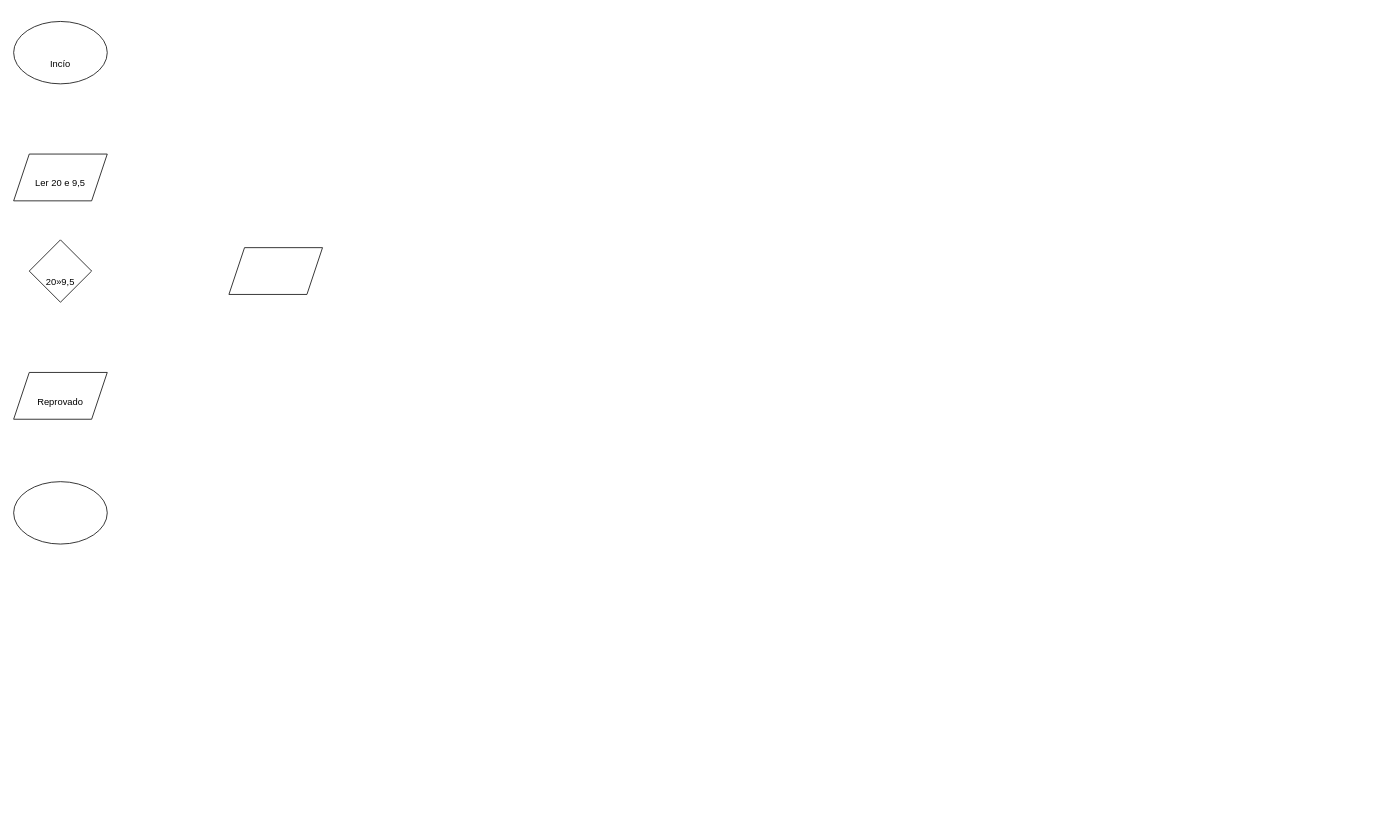
This is Diagrama sem nome.drawio from GuiGuiGuy/Diagrama, a draw.io file, before an edit. Source tidied: cells renumbered, new cells numbered last; positions are measured from the earlier drawing's top-left corner, leaving out a move shared by most shapes. Both pictures are drawn from the tidied source at 78%, with x=0, y=0 at pixel (13, 21).
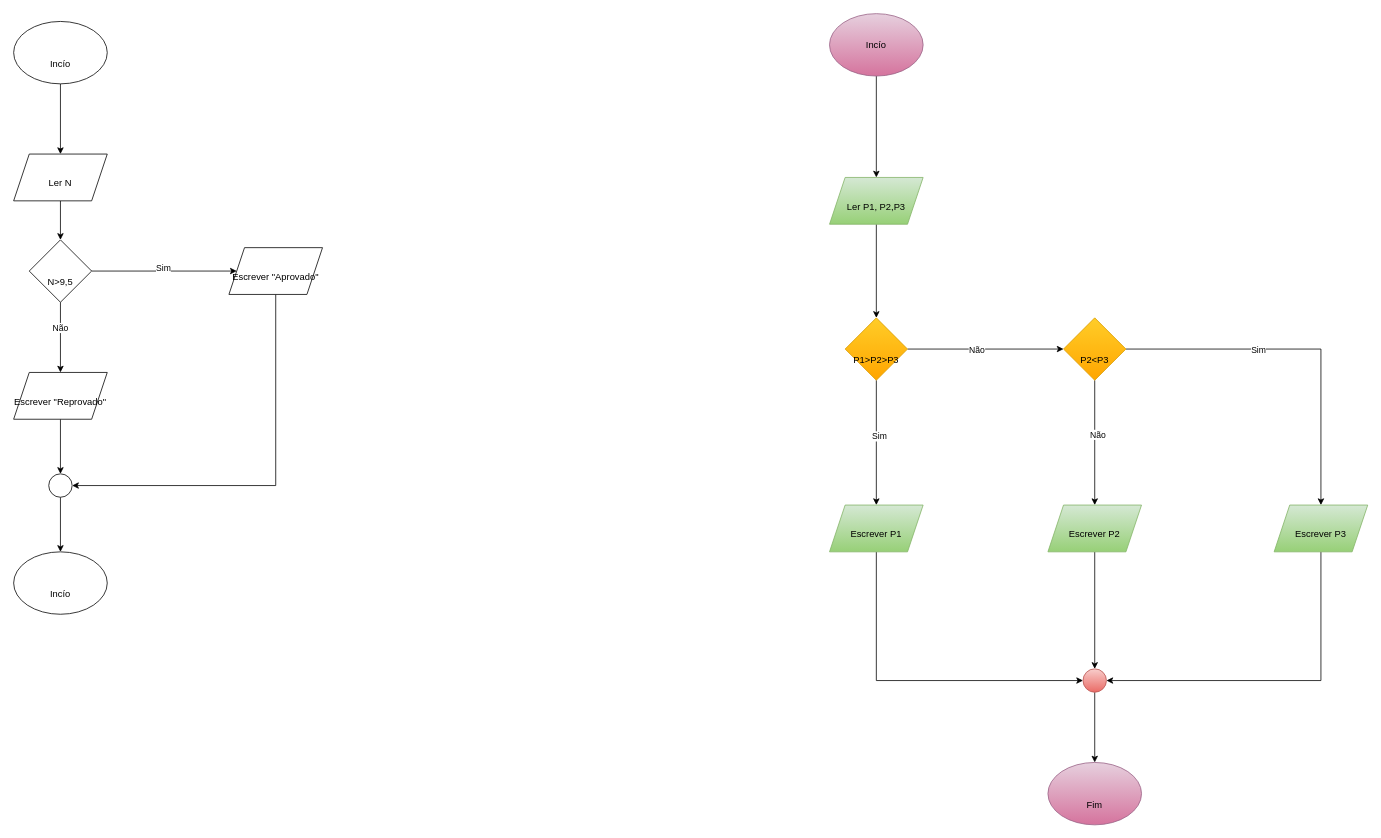
The same page after the edit.

The change refers to these unchanged cells:
```xml
<mxCell id="2" value="&lt;div&gt;&lt;br&gt;&lt;/div&gt;&lt;div&gt;&lt;br&gt;&lt;/div&gt;&lt;div&gt;Incío&lt;/div&gt;" style="ellipse;whiteSpace=wrap;html=1;shapeInside=1;" parent="1" vertex="1">
  <mxGeometry width="120" height="80" as="geometry" />
</mxCell>
```

Change to the diagram source:
```diff
@@
+    <mxCell id="8" style="edgeStyle=orthogonalEdgeStyle;rounded=0;jettySize=auto;html=1;" parent="1" edge="1" source="2" target="4">
+      <mxGeometry relative="1" as="geometry" />
+    </mxCell>
@@
-    <mxCell id="3" style="ellipse;whiteSpace=wrap;html=1;shapeInside=1;" parent="1" vertex="1">
-      <mxGeometry y="590" width="120" height="80" as="geometry" />
+    <mxCell id="3" value="&lt;div&gt;&lt;br&gt;&lt;/div&gt;&lt;div&gt;&lt;br&gt;&lt;/div&gt;&lt;div&gt;Incío&lt;/div&gt;" style="ellipse;whiteSpace=wrap;html=1;shapeInside=1;" parent="1" vertex="1">
+      <mxGeometry y="680" width="120" height="80" as="geometry" />
     </mxCell>
+    <mxCell id="9" style="edgeStyle=orthogonalEdgeStyle;rounded=0;jettySize=auto;html=1;" parent="1" edge="1" source="4" target="5">
+      <mxGeometry relative="1" as="geometry" />
+    </mxCell>
-    <mxCell id="4" value="&lt;div&gt;&lt;br&gt;&lt;/div&gt;&lt;div&gt;Ler 20 e 9,5&lt;/div&gt;" style="shape=parallelogram;perimeter=parallelogramPerimeter;whiteSpace=wrap;html=1;shapeInside=1;fixedSize=1;" parent="1" vertex="1">
+    <mxCell id="4" value="&lt;div&gt;&lt;br&gt;&lt;/div&gt;&lt;div&gt;Ler N&lt;/div&gt;" style="shape=parallelogram;perimeter=parallelogramPerimeter;whiteSpace=wrap;html=1;shapeInside=1;fixedSize=1;" parent="1" vertex="1">
       <mxGeometry y="170" width="120" height="60" as="geometry" />
     </mxCell>
+    <mxCell id="10" style="edgeStyle=orthogonalEdgeStyle;rounded=0;jettySize=auto;html=1;" parent="1" edge="1" source="5" target="6">
+      <mxGeometry relative="1" as="geometry" />
+    </mxCell>
+    <mxCell id="11" value="Não" style="edgeLabel;html=1;align=center;verticalAlign=middle;" parent="10" vertex="1">
+      <mxGeometry x="-0.29" y="-1" relative="1" as="geometry" />
+    </mxCell>
-    <mxCell id="5" value="&lt;div&gt;&lt;br&gt;&lt;/div&gt;&lt;div&gt;&lt;br&gt;&lt;/div&gt;&lt;div&gt;20»9,5&lt;/div&gt;" style="rhombus;whiteSpace=wrap;html=1;shapeInside=1;" parent="1" vertex="1">
+    <mxCell id="5" value="&lt;div&gt;&lt;br&gt;&lt;/div&gt;&lt;div&gt;&lt;br&gt;&lt;/div&gt;&lt;div&gt;N&amp;gt;9,5&lt;/div&gt;" style="rhombus;whiteSpace=wrap;html=1;shapeInside=1;" parent="1" vertex="1">
       <mxGeometry x="20" y="280" width="80" height="80" as="geometry" />
     </mxCell>
+    <mxCell id="12" style="edgeStyle=orthogonalEdgeStyle;rounded=0;jettySize=auto;html=1;" parent="1" edge="1" source="6" target="15">
+      <mxGeometry relative="1" as="geometry" />
+    </mxCell>
-    <mxCell id="6" value="&lt;div&gt;&lt;br&gt;&lt;/div&gt;&lt;div&gt;Reprovado&lt;/div&gt;" style="shape=parallelogram;perimeter=parallelogramPerimeter;whiteSpace=wrap;html=1;shapeInside=1;fixedSize=1;" parent="1" vertex="1">
+    <mxCell id="6" value="&lt;div&gt;&lt;br&gt;&lt;/div&gt;&lt;div&gt;Escrever &quot;Reprovado&quot;&lt;/div&gt;" style="shape=parallelogram;perimeter=parallelogramPerimeter;whiteSpace=wrap;html=1;shapeInside=1;fixedSize=1;" parent="1" vertex="1">
       <mxGeometry y="450" width="120" height="60" as="geometry" />
     </mxCell>
+    <mxCell id="13" style="edgeStyle=orthogonalEdgeStyle;rounded=0;jettySize=auto;html=1;entryX=1;entryY=0.5;entryDx=0;entryDy=0;" parent="1" edge="1" source="7" target="15">
+      <mxGeometry relative="1" as="geometry">
+        <Array as="points">
+          <mxPoint x="336" y="595" />
+        </Array>
+      </mxGeometry>
+    </mxCell>
-    <mxCell id="7" style="shape=parallelogram;perimeter=parallelogramPerimeter;whiteSpace=wrap;html=1;shapeInside=1;fixedSize=1;" parent="1" vertex="1">
+    <mxCell id="7" value="&lt;div&gt;&lt;br&gt;&lt;/div&gt;&lt;div&gt;Escrever &quot;Aprovado&quot;&lt;/div&gt;" style="shape=parallelogram;perimeter=parallelogramPerimeter;whiteSpace=wrap;html=1;shapeInside=1;fixedSize=1;" parent="1" vertex="1">
       <mxGeometry x="276" y="290" width="120" height="60" as="geometry" />
     </mxCell>
+    <mxCell id="14" style="edgeStyle=orthogonalEdgeStyle;rounded=0;jettySize=auto;html=1;" parent="1" edge="1" source="15" target="3">
+      <mxGeometry relative="1" as="geometry" />
+    </mxCell>
+    <mxCell id="15" style="ellipse;whiteSpace=wrap;html=1;shapeInside=1;" parent="1" vertex="1">
+      <mxGeometry x="45" y="580" width="30" height="30" as="geometry" />
+    </mxCell>
+    <mxCell id="16" style="endArrow=classic;html=1;rounded=0;entryX=0;entryY=0.5;entryDx=0;entryDy=0;exitX=1;exitY=0.5;exitDx=0;exitDy=0;" parent="1" edge="1" source="5" target="7">
+      <mxGeometry relative="1" as="geometry" />
+    </mxCell>
+    <mxCell id="17" value="Sim" style="edgeLabel;html=1;align=center;verticalAlign=middle;" parent="16" vertex="1">
+      <mxGeometry x="-0.02" y="4" relative="1" as="geometry" />
+    </mxCell>
+    <mxCell id="18" style="edgeStyle=orthogonalEdgeStyle;rounded=0;jettySize=auto;html=1;entryX=0.5;entryY=0;entryDx=0;entryDy=0;" parent="1" edge="1" source="19" target="21">
+      <mxGeometry relative="1" as="geometry" />
+    </mxCell>
+    <mxCell id="19" value="Incío" style="ellipse;whiteSpace=wrap;html=1;shapeInside=1;fillColor=#e6d0de;strokeColor=#996185;gradientColor=#d5739d;" parent="1" vertex="1">
+      <mxGeometry x="1046" y="-10" width="120" height="80" as="geometry" />
+    </mxCell>
+    <mxCell id="20" style="edgeStyle=orthogonalEdgeStyle;rounded=0;jettySize=auto;html=1;entryX=0.5;entryY=0;entryDx=0;entryDy=0;" parent="1" edge="1" source="21" target="26">
+      <mxGeometry relative="1" as="geometry" />
+    </mxCell>
+    <mxCell id="21" value="&lt;div&gt;&lt;br&gt;&lt;/div&gt;&lt;div&gt;Ler P1, P2,P3&lt;/div&gt;" style="shape=parallelogram;perimeter=parallelogramPerimeter;whiteSpace=wrap;html=1;shapeInside=1;fixedSize=1;fillColor=#d5e8d4;strokeColor=#82b366;gradientColor=#97d077;" parent="1" vertex="1">
+      <mxGeometry x="1046" y="200" width="120" height="60" as="geometry" />
+    </mxCell>
+    <mxCell id="22" style="edgeStyle=orthogonalEdgeStyle;rounded=0;jettySize=auto;html=1;entryX=0;entryY=0.5;entryDx=0;entryDy=0;" parent="1" edge="1" source="26" target="31">
+      <mxGeometry relative="1" as="geometry" />
+    </mxCell>
+    <mxCell id="23" value="Não" style="edgeLabel;html=1;align=center;verticalAlign=middle;" parent="22" vertex="1">
+      <mxGeometry x="-0.12" y="-1" relative="1" as="geometry" />
+    </mxCell>
+    <mxCell id="24" style="edgeStyle=orthogonalEdgeStyle;rounded=0;jettySize=auto;html=1;entryX=0.5;entryY=0;entryDx=0;entryDy=0;" parent="1" edge="1" source="26" target="33">
+      <mxGeometry relative="1" as="geometry" />
+    </mxCell>
+    <mxCell id="25" value="Sim" style="edgeLabel;html=1;align=center;verticalAlign=middle;" parent="24" vertex="1">
+      <mxGeometry x="-0.11" y="3" relative="1" as="geometry" />
+    </mxCell>
+    <mxCell id="26" value="&lt;div&gt;&lt;br&gt;&lt;/div&gt;&lt;div&gt;&lt;br&gt;&lt;/div&gt;&lt;div&gt;P1&amp;gt;P2&amp;gt;P3&lt;/div&gt;" style="rhombus;whiteSpace=wrap;html=1;shapeInside=1;fillColor=#ffcd28;gradientColor=#ffa500;strokeColor=#d79b00;" parent="1" vertex="1">
+      <mxGeometry x="1066" y="380" width="80" height="80" as="geometry" />
+    </mxCell>
+    <mxCell id="27" style="edgeStyle=orthogonalEdgeStyle;rounded=0;jettySize=auto;html=1;entryX=0.5;entryY=0;entryDx=0;entryDy=0;" parent="1" edge="1" source="31" target="37">
+      <mxGeometry relative="1" as="geometry" />
+    </mxCell>
+    <mxCell id="28" value="Não" style="edgeLabel;html=1;align=center;verticalAlign=middle;" parent="27" vertex="1">
+      <mxGeometry x="-0.14" y="3" relative="1" as="geometry" />
+    </mxCell>
+    <mxCell id="29" style="edgeStyle=orthogonalEdgeStyle;rounded=0;jettySize=auto;html=1;entryX=0.5;entryY=0;entryDx=0;entryDy=0;" parent="1" edge="1" source="31" target="39">
+      <mxGeometry relative="1" as="geometry" />
+    </mxCell>
+    <mxCell id="30" value="Sim" style="edgeLabel;html=1;align=center;verticalAlign=middle;" parent="29" vertex="1">
+      <mxGeometry x="-0.25" relative="1" as="geometry" />
+    </mxCell>
+    <mxCell id="31" value="&lt;div&gt;&lt;br&gt;&lt;/div&gt;&lt;div&gt;&lt;br&gt;&lt;/div&gt;&lt;div&gt;P2&amp;lt;P3&lt;/div&gt;" style="rhombus;whiteSpace=wrap;html=1;shapeInside=1;fillColor=#ffcd28;gradientColor=#ffa500;strokeColor=#d79b00;" parent="1" vertex="1">
+      <mxGeometry x="1346" y="380" width="80" height="80" as="geometry" />
+    </mxCell>
+    <mxCell id="32" style="edgeStyle=orthogonalEdgeStyle;rounded=0;jettySize=auto;html=1;entryX=0;entryY=0.5;entryDx=0;entryDy=0;" parent="1" edge="1" source="33" target="35">
+      <mxGeometry relative="1" as="geometry">
+        <Array as="points">
+          <mxPoint x="1106" y="845" />
+        </Array>
+      </mxGeometry>
+    </mxCell>
+    <mxCell id="33" value="&lt;div&gt;&lt;br&gt;&lt;/div&gt;&lt;div&gt;Escrever P1&lt;/div&gt;" style="shape=parallelogram;perimeter=parallelogramPerimeter;whiteSpace=wrap;html=1;shapeInside=1;fixedSize=1;fillColor=#d5e8d4;gradientColor=#97d077;strokeColor=#82b366;" parent="1" vertex="1">
+      <mxGeometry x="1046" y="620" width="120" height="60" as="geometry" />
+    </mxCell>
+    <mxCell id="34" style="edgeStyle=orthogonalEdgeStyle;rounded=0;jettySize=auto;html=1;entryX=0.5;entryY=0;entryDx=0;entryDy=0;" parent="1" edge="1" source="35" target="40">
+      <mxGeometry relative="1" as="geometry" />
+    </mxCell>
+    <mxCell id="35" style="ellipse;whiteSpace=wrap;html=1;shapeInside=1;fillColor=#f8cecc;gradientColor=#ea6b66;strokeColor=#b85450;" parent="1" vertex="1">
+      <mxGeometry x="1371" y="830" width="30" height="30" as="geometry" />
+    </mxCell>
+    <mxCell id="36" style="edgeStyle=orthogonalEdgeStyle;rounded=0;jettySize=auto;html=1;entryX=0.5;entryY=0;entryDx=0;entryDy=0;" parent="1" edge="1" source="37" target="35">
+      <mxGeometry relative="1" as="geometry" />
+    </mxCell>
+    <mxCell id="37" value="&lt;div&gt;&lt;br&gt;&lt;/div&gt;&lt;div&gt;Escrever P2&lt;/div&gt;" style="shape=parallelogram;perimeter=parallelogramPerimeter;whiteSpace=wrap;html=1;shapeInside=1;fixedSize=1;fillColor=#d5e8d4;gradientColor=#97d077;strokeColor=#82b366;" parent="1" vertex="1">
+      <mxGeometry x="1326" y="620" width="120" height="60" as="geometry" />
+    </mxCell>
+    <mxCell id="38" style="edgeStyle=orthogonalEdgeStyle;rounded=0;jettySize=auto;html=1;entryX=1;entryY=0.5;entryDx=0;entryDy=0;" parent="1" edge="1" source="39" target="35">
+      <mxGeometry relative="1" as="geometry">
+        <Array as="points">
+          <mxPoint x="1676" y="845" />
+        </Array>
+      </mxGeometry>
+    </mxCell>
+    <mxCell id="39" value="&lt;div&gt;&lt;br&gt;&lt;/div&gt;&lt;div&gt;Escrever P3&lt;/div&gt;" style="shape=parallelogram;perimeter=parallelogramPerimeter;whiteSpace=wrap;html=1;shapeInside=1;fixedSize=1;fillColor=#d5e8d4;gradientColor=#97d077;strokeColor=#82b366;" parent="1" vertex="1">
+      <mxGeometry x="1616" y="620" width="120" height="60" as="geometry" />
+    </mxCell>
+    <mxCell id="40" value="&lt;div&gt;&lt;br&gt;&lt;/div&gt;&lt;div&gt;&lt;br&gt;&lt;/div&gt;&lt;div&gt;Fim&lt;/div&gt;" style="ellipse;whiteSpace=wrap;html=1;shapeInside=1;fillColor=#e6d0de;gradientColor=#d5739d;strokeColor=#996185;" parent="1" vertex="1">
+      <mxGeometry x="1326" y="950" width="120" height="80" as="geometry" />
+    </mxCell>
```
